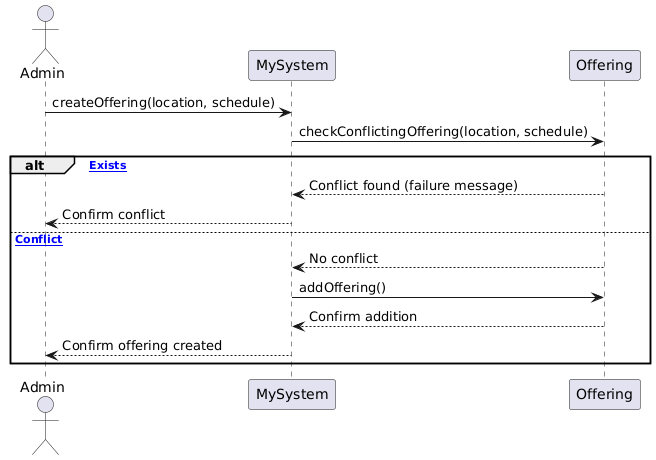
ABALkhabbaz/LessonSchedulingSystem keeps this PlantUML diagram as Diagrams/System Sequence/AdminCreatesOfferingSeqRefined.png. Above is the earlier version. Source of this version:
```plantuml
@startuml
actor Admin
participant MySystem
participant Offering

Admin -> MySystem: createOffering(location, schedule)
MySystem -> Offering: checkConflictingOffering(location, schedule)

alt [Conflict Exists]
    Offering --> MySystem: Conflict found (failure message)
    MySystem --> Admin: Confirm conflict
else [No Conflict]
    Offering --> MySystem: No conflict
    MySystem -> Offering: addOffering()
    Offering --> MySystem: Confirm addition
    MySystem --> Admin: Confirm offering created
end
@enduml
```
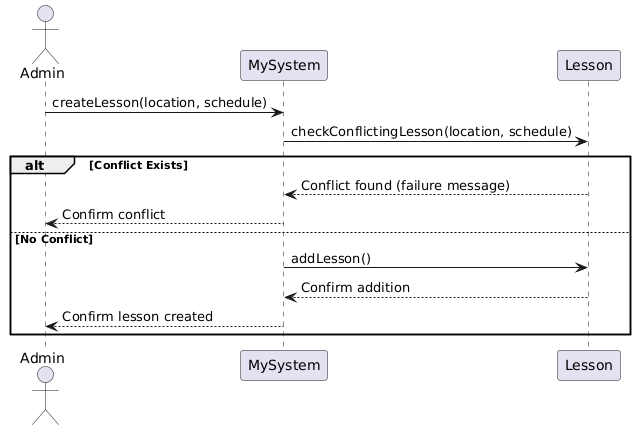
Later version of the same file.

Diff of the diagram source:
```diff
@@ -1,18 +1,16 @@
 @startuml
 actor Admin
-participant MySystem
-participant Offering
+participant "MySystem" as MySystem
+participant "Lesson" as Lesson
 
-Admin -> MySystem: createOffering(location, schedule)
-MySystem -> Offering: checkConflictingOffering(location, schedule)
-
-alt [Conflict Exists]
-    Offering --> MySystem: Conflict found (failure message)
-    MySystem --> Admin: Confirm conflict
-else [No Conflict]
-    Offering --> MySystem: No conflict
-    MySystem -> Offering: addOffering()
-    Offering --> MySystem: Confirm addition
-    MySystem --> Admin: Confirm offering created
+Admin -> MySystem : createLesson(location, schedule)
+MySystem -> Lesson : checkConflictingLesson(location, schedule)
+alt Conflict Exists
+    Lesson --> MySystem : Conflict found (failure message)
+    MySystem --> Admin : Confirm conflict
+else No Conflict
+    MySystem -> Lesson : addLesson()
+    Lesson --> MySystem : Confirm addition
+    MySystem --> Admin : Confirm lesson created
 end
 @enduml
```
